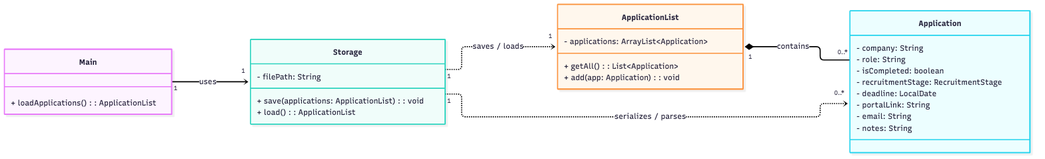
Above: docs/diagrams/storage-class.png in AY2627S1-CS2113-T10-2/tp (Mermaid), before the change. Its source is kept beside it as docs/diagrams/sources/storage-class.mmd.
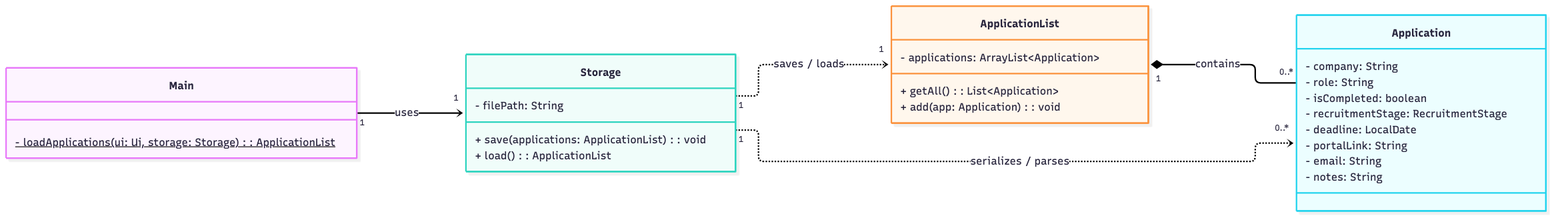
The same diagram one commit later.

Diff of the diagram source:
```diff
@@ -2,7 +2,7 @@
     direction LR
 
     class Main {
-        + loadApplications(): ApplicationList
+        - loadApplications(ui: Ui, storage: Storage)$: ApplicationList
     }
 
     class Storage {
```
